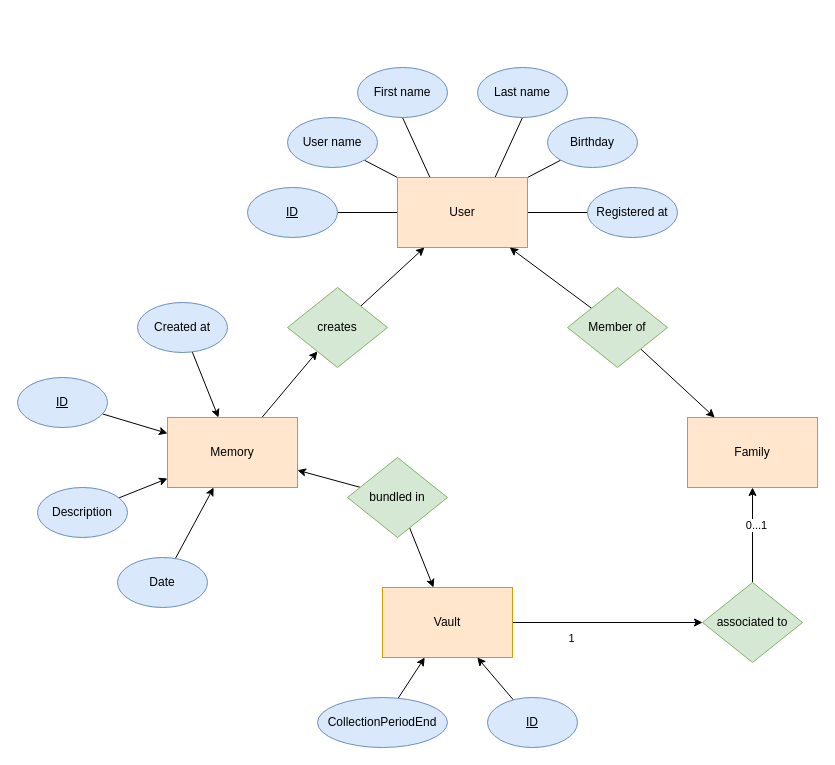
Earlier version of the draw.io diagram documentation/er_diagram.drawio (togertz/MemoryVault). Source tidied: cells renumbered, new cells numbered last; positions are measured from the earlier drawing's top-left corner, leaving out a move shared by most shapes. Both pictures are drawn from the tidied source at 100%, with x=0, y=0 at pixel (17, 67).
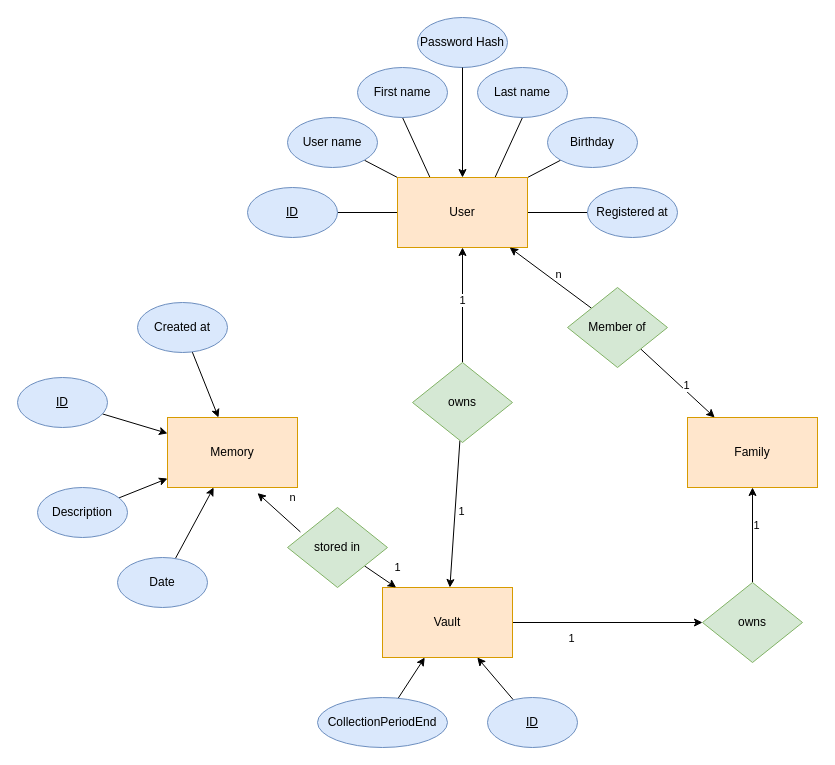
The same diagram, later.

Unchanged cells that the change refers to:
```xml
<mxCell id="9" value="User" style="rounded=0;whiteSpace=wrap;html=1;fillColor=#ffe6cc;strokeColor=#d79b00;" parent="2" vertex="1">
  <mxGeometry x="150" y="110" width="130" height="70" as="geometry" />
</mxCell>
<mxCell id="18" value="Vault" style="rounded=0;whiteSpace=wrap;html=1;fillColor=#ffe6cc;strokeColor=#d79b00;" parent="1" vertex="1">
  <mxGeometry x="365" y="520" width="130" height="70" as="geometry" />
</mxCell>
<mxCell id="24" style="edgeStyle=none;html=1;" parent="1" edge="1" source="26" target="23">
  <mxGeometry relative="1" as="geometry" />
</mxCell>
<mxCell id="31" style="edgeStyle=none;html=1;" parent="1" edge="1" source="32" target="18">
  <mxGeometry relative="1" as="geometry" />
</mxCell>
<mxCell id="33" value="Memory" style="rounded=0;whiteSpace=wrap;html=1;fillColor=#ffe6cc;strokeColor=#d79b00;" parent="1" vertex="1">
  <mxGeometry x="150" y="350" width="130" height="70" as="geometry" />
</mxCell>
<mxCell id="42" style="edgeStyle=none;html=1;" parent="1" edge="1" source="44" target="9">
  <mxGeometry relative="1" as="geometry" />
</mxCell>
<mxCell id="43" style="edgeStyle=none;html=1;" parent="1" edge="1" source="44" target="23">
  <mxGeometry relative="1" as="geometry" />
</mxCell>
```

Change to the diagram source:
```diff
@@
-    <mxCell id="25" value="0...1" style="edgeLabel;html=1;align=center;verticalAlign=middle;" parent="24" vertex="1">
+    <mxCell id="25" value="1" style="edgeLabel;html=1;align=center;verticalAlign=middle;" parent="24" vertex="1">
       <mxGeometry x="0.48" y="-3" relative="1" as="geometry">
         <mxPoint y="12" as="offset" />
       </mxGeometry>
     </mxCell>
-    <mxCell id="26" value="associated to" style="rhombus;whiteSpace=wrap;html=1;fillColor=#d5e8d4;strokeColor=#82b366;" parent="1" vertex="1">
+    <mxCell id="26" value="owns" style="rhombus;whiteSpace=wrap;html=1;fillColor=#d5e8d4;strokeColor=#82b366;" parent="1" vertex="1">
       <mxGeometry x="685" y="515" width="100" height="80" as="geometry" />
     </mxCell>
-    <mxCell id="27" style="edgeStyle=none;html=1;" parent="1" edge="1" source="28" target="9">
-      <mxGeometry relative="1" as="geometry" />
-    </mxCell>
-    <mxCell id="28" value="creates" style="rhombus;whiteSpace=wrap;html=1;fillColor=#d5e8d4;strokeColor=#82b366;" parent="1" vertex="1">
-      <mxGeometry x="270" y="220" width="100" height="80" as="geometry" />
-    </mxCell>
-    <mxCell id="29" style="edgeStyle=none;html=1;" parent="1" edge="1" source="33" target="28">
-      <mxGeometry relative="1" as="geometry" />
-    </mxCell>
-    <mxCell id="30" style="edgeStyle=none;html=1;" parent="1" edge="1" source="32" target="33">
-      <mxGeometry relative="1" as="geometry" />
+    <mxCell id="30" style="edgeStyle=none;html=1;" parent="1" edge="1">
+      <mxGeometry relative="1" as="geometry">
+        <mxPoint x="282.9" y="464.4" as="sourcePoint" />
+        <mxPoint x="240" y="425.6" as="targetPoint" />
+      </mxGeometry>
     </mxCell>
+    <mxCell id="45" value="n" style="edgeLabel;html=1;align=center;verticalAlign=middle;" parent="30" vertex="1">
+      <mxGeometry x="-0.1" y="-3" relative="1" as="geometry">
+        <mxPoint x="9" y="-15" as="offset" />
+      </mxGeometry>
+    </mxCell>
@@
+    <mxCell id="46" value="1" style="edgeLabel;html=1;align=center;verticalAlign=middle;" parent="31" vertex="1">
+      <mxGeometry x="0.1" y="1" relative="1" as="geometry">
+        <mxPoint x="15" y="-10" as="offset" />
+      </mxGeometry>
+    </mxCell>
-    <mxCell id="32" value="bundled in" style="rhombus;whiteSpace=wrap;html=1;fillColor=#d5e8d4;strokeColor=#82b366;" parent="1" vertex="1">
-      <mxGeometry x="330" y="390" width="100" height="80" as="geometry" />
+    <mxCell id="32" value="stored in" style="rhombus;whiteSpace=wrap;html=1;fillColor=#d5e8d4;strokeColor=#82b366;" parent="1" vertex="1">
+      <mxGeometry x="270" y="440" width="100" height="80" as="geometry" />
     </mxCell>
@@
+    <mxCell id="47" value="n" style="edgeLabel;html=1;align=center;verticalAlign=middle;" parent="42" vertex="1">
+      <mxGeometry x="-0.07" y="-7" relative="1" as="geometry">
+        <mxPoint y="-1" as="offset" />
+      </mxGeometry>
+    </mxCell>
@@
+    <mxCell id="48" value="1" style="edgeLabel;html=1;align=center;verticalAlign=middle;" parent="43" vertex="1">
+      <mxGeometry x="0.14" y="4" relative="1" as="geometry" />
+    </mxCell>
@@
+    <mxCell id="49" value="Password Hash" style="ellipse;whiteSpace=wrap;html=1;fontStyle=0;fillColor=#dae8fc;strokeColor=#6c8ebf;" parent="1" vertex="1">
+      <mxGeometry x="400" y="-50" width="90" height="50" as="geometry" />
+    </mxCell>
+    <mxCell id="50" style="edgeStyle=none;html=1;" parent="1" edge="1" source="49" target="9">
+      <mxGeometry relative="1" as="geometry" />
+    </mxCell>
+    <mxCell id="51" style="edgeStyle=none;html=1;" parent="1" edge="1" source="55" target="9">
+      <mxGeometry relative="1" as="geometry" />
+    </mxCell>
+    <mxCell id="52" value="1" style="edgeLabel;html=1;align=center;verticalAlign=middle;" parent="51" vertex="1">
+      <mxGeometry x="0.1" y="1" relative="1" as="geometry" />
+    </mxCell>
+    <mxCell id="53" style="edgeStyle=none;html=1;" parent="1" edge="1" source="55" target="18">
+      <mxGeometry relative="1" as="geometry" />
+    </mxCell>
+    <mxCell id="54" value="1" style="edgeLabel;html=1;align=center;verticalAlign=middle;" parent="53" vertex="1">
+      <mxGeometry x="-0.05" y="6" relative="1" as="geometry" />
+    </mxCell>
+    <mxCell id="55" value="owns" style="rhombus;whiteSpace=wrap;html=1;fillColor=#d5e8d4;strokeColor=#82b366;" parent="1" vertex="1">
+      <mxGeometry x="395" y="295" width="100" height="80" as="geometry" />
+    </mxCell>
```
